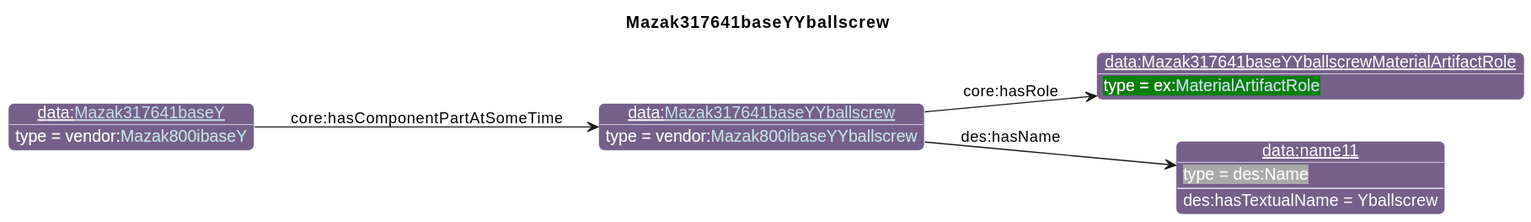
Before: diagrams/Mazak317641baseYYballscrew.svg, a diagram exported from PlantUML (iofoundry/example-syseng-mtconnect). Source of this version:
```plantuml
@startuml
!include ../iof.iuml

<style>
object {
  HyperlinkColor #C4E1E6
}
</style>

left to right direction
skinparam linetype polyline
title Mazak317641baseYYballscrew

!$default_direction = down

!$namespace_colors = { "bfo":"DFA702",
                      "iof":"1E90FF",
                      "ns":"Green",
                      "ns1":"76608A",
                      "core":"000000",
                      "ex":"Green",
                      "data":"76608A",
                      "vendor":"76608A",
                      "units":"8A2D3B",
                      "cmns-dsg":"3A0519",
                      "qp":"641B2E"
      }
individual(o0, data:[[./Mazak317641baseYYballscrew.html Mazak317641baseYYballscrew]], vendor:[[../Mazak.html#Mazak800ibaseYYballscrew Mazak800ibaseYYballscrew]])
individual(o1, data:Mazak317641baseYYballscrewMaterialArtifactRole, ex:[[../Example.html#MaterialArtifactRole MaterialArtifactRole]])
individual(o2, data:name11, des:Name)
individual(o3, data:[[./Mazak317641baseY.html Mazak317641baseY]], vendor:[[../Mazak.html#Mazak800ibaseY Mazak800ibaseY]])
property(o0, "core:hasRole", o1)
property(o0, "des:hasName", o2)
data(o2, "des:hasTextualName", "Yballscrew")
property(o3, "core:hasComponentPartAtSomeTime", o0)
@enduml
```
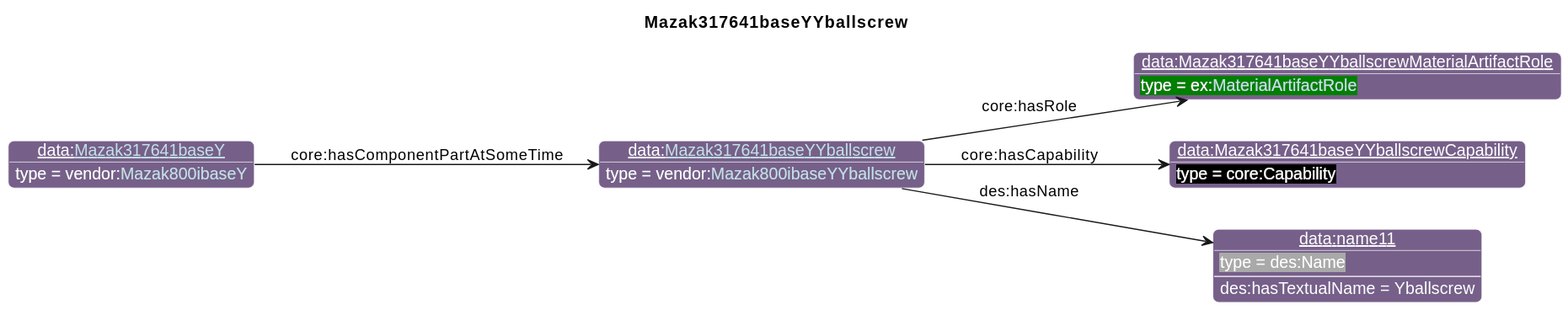
After the change.

The edit, as a diff of the source:
```diff
@@ -27,10 +27,12 @@
       }
 individual(o0, data:[[./Mazak317641baseYYballscrew.html Mazak317641baseYYballscrew]], vendor:[[../Mazak.html#Mazak800ibaseYYballscrew Mazak800ibaseYYballscrew]])
 individual(o1, data:Mazak317641baseYYballscrewMaterialArtifactRole, ex:[[../Example.html#MaterialArtifactRole MaterialArtifactRole]])
-individual(o2, data:name11, des:Name)
-individual(o3, data:[[./Mazak317641baseY.html Mazak317641baseY]], vendor:[[../Mazak.html#Mazak800ibaseY Mazak800ibaseY]])
+individual(o2, data:Mazak317641baseYYballscrewCapability, core:Capability)
+individual(o3, data:name11, des:Name)
+individual(o4, data:[[./Mazak317641baseY.html Mazak317641baseY]], vendor:[[../Mazak.html#Mazak800ibaseY Mazak800ibaseY]])
 property(o0, "core:hasRole", o1)
-property(o0, "des:hasName", o2)
-data(o2, "des:hasTextualName", "Yballscrew")
-property(o3, "core:hasComponentPartAtSomeTime", o0)
+property(o0, "core:hasCapability", o2)
+property(o0, "des:hasName", o3)
+data(o3, "des:hasTextualName", "Yballscrew")
+property(o4, "core:hasComponentPartAtSomeTime", o0)
 @enduml
```
